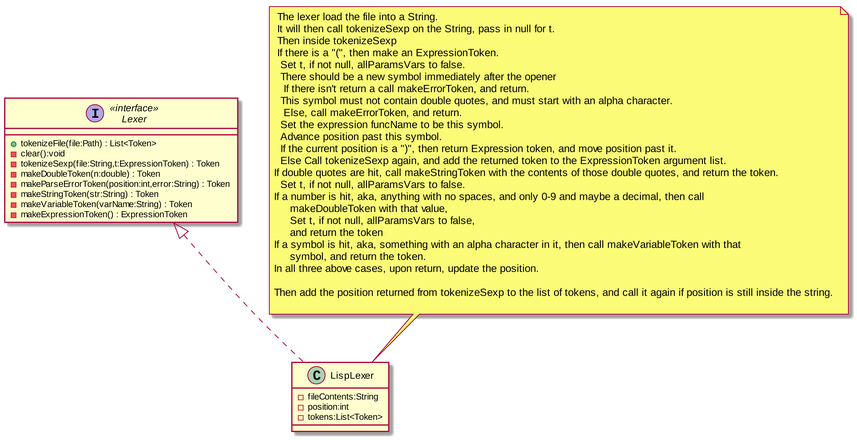
This is Structure_UML/LexerUML.png from MatthewBregg/DesignPatternsRepo, a PlantUML export, as it was before one commit.
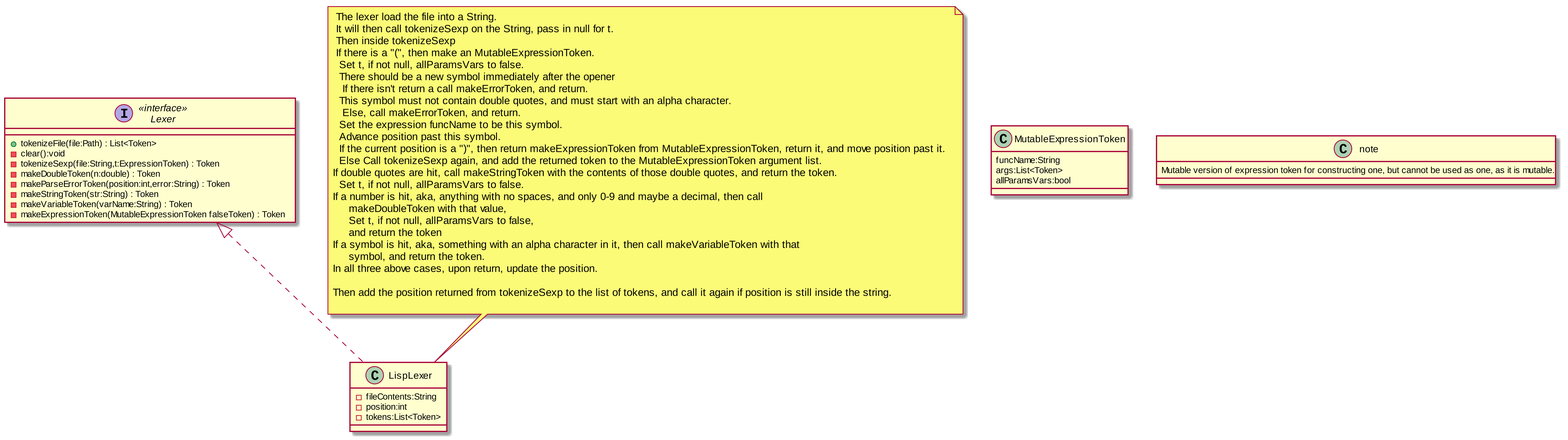
The same diagram one commit later.

Change to the diagram source:
```diff
@@ -9,7 +9,7 @@
 Lexer : -makeParseErrorToken(position:int,error:String) : Token
 Lexer : -makeStringToken(str:String) : Token
 Lexer : -makeVariableToken(varName:String) : Token
-Lexer : -makeExpressionToken() : ExpressionToken
+Lexer : -makeExpressionToken(MutableExpressionToken falseToken) : Token
 
 class LispLexer
 LispLexer : -fileContents:String
@@ -17,11 +17,18 @@
 Lexer <|.. LispLexer
 LispLexer : -tokens:List<Token>
 
+class MutableExpressionToken
+MutableExpressionToken : funcName:String
+MutableExpressionToken : args:List<Token>
+MutableExpressionToken : allParamsVars:bool
+note : Mutable version of expression token for constructing one, but cannot be used as one, as it is mutable.
+
+
 note top of LispLexer
  The lexer load the file into a String.
  It will then call tokenizeSexp on the String, pass in null for t.
  Then inside tokenizeSexp
- If there is a "(", then make an ExpressionToken.
+ If there is a "(", then make an MutableExpressionToken.
   Set t, if not null, allParamsVars to false.
   There should be a new symbol immediately after the opener
    If there isn't return a call makeErrorToken, and return.
@@ -29,8 +36,8 @@
    Else, call makeErrorToken, and return.
   Set the expression funcName to be this symbol.
   Advance position past this symbol.
-  If the current position is a ")", then return Expression token, and move position past it.
-  Else Call tokenizeSexp again, and add the returned token to the ExpressionToken argument list.
+  If the current position is a ")", then return makeExpressionToken from MutableExpressionToken, return it, and move position past it.
+  Else Call tokenizeSexp again, and add the returned token to the MutableExpressionToken argument list.
 If double quotes are hit, call makeStringToken with the contents of those double quotes, and return the token.
   Set t, if not null, allParamsVars to false.
 If a number is hit, aka, anything with no spaces, and only 0-9 and maybe a decimal, then call
```
